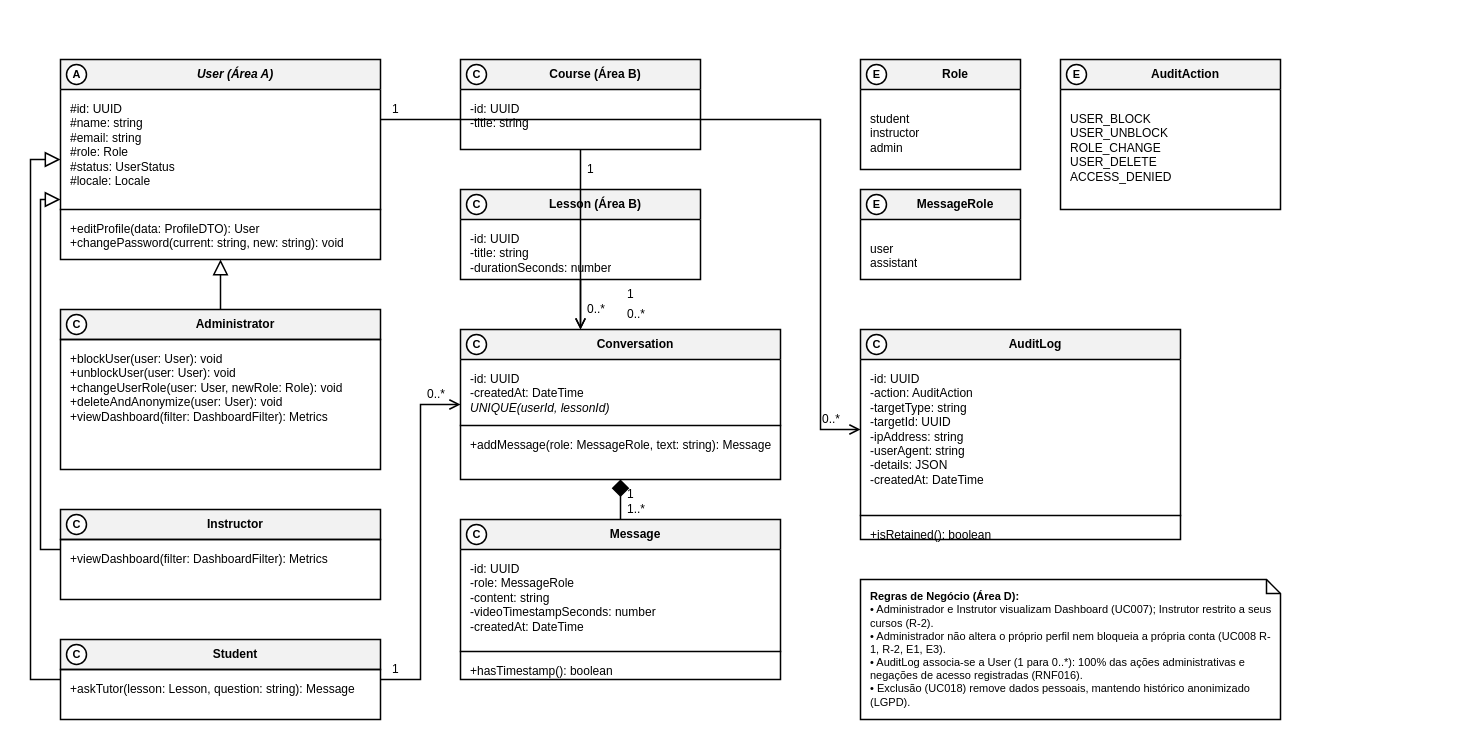
Earlier version of the draw.io diagram especificacao/diagramas/13-classes-area-d-negocial.drawio (Plataforma-de-Cursos-TCC/plataforma-cursos-docs). Source tidied: cells renumbered, new cells numbered last; positions are measured from the earlier drawing's top-left corner, leaving out a move shared by most shapes. Both pictures are drawn from the tidied source at 100%, with x=0, y=0 at pixel (30, 59).
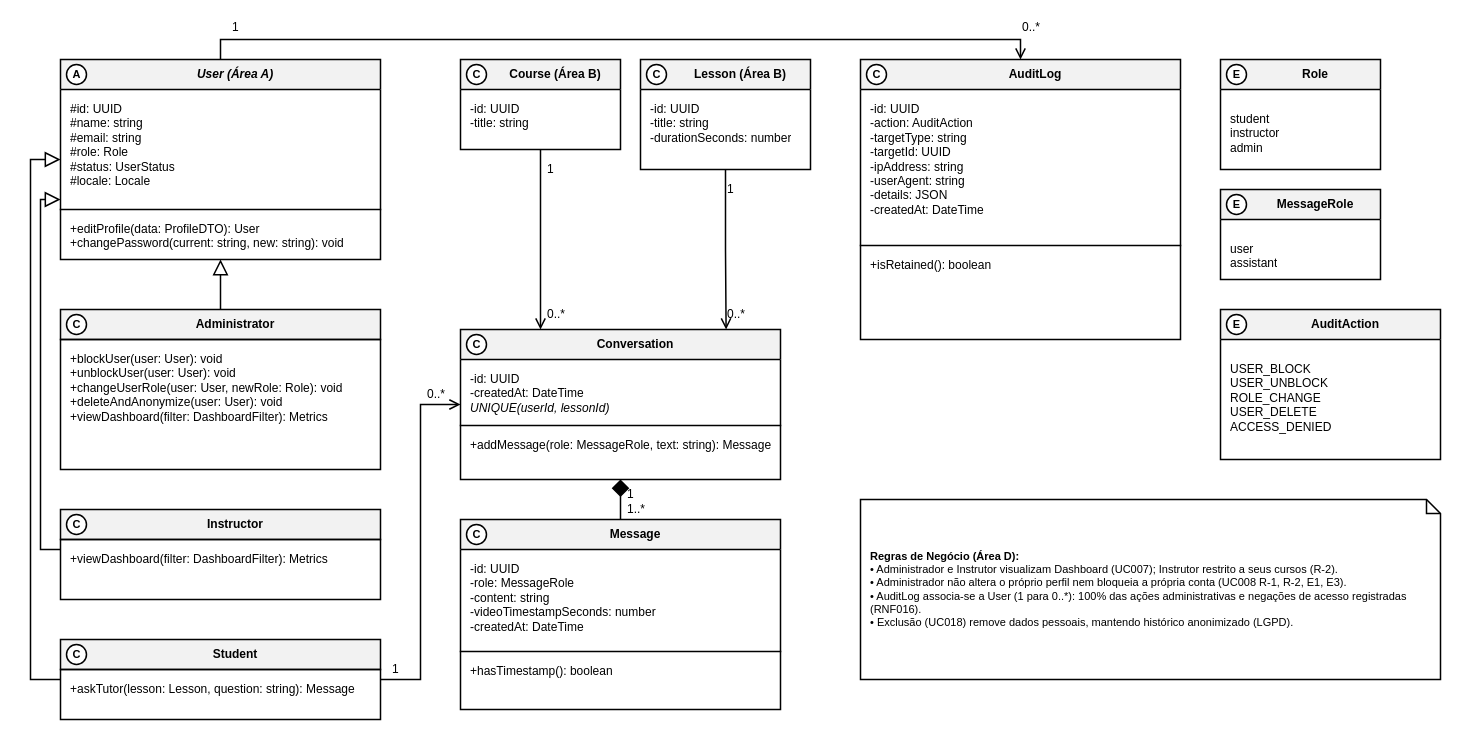
The same diagram, later.

Commit message (it also covers changes not shown here):
fix(classes-negocial): reroute Area D associations and fit cut-off methods

The change refers to these unchanged cells:
```xml
<mxCell id="2" value="&lt;i&gt;&lt;b&gt;User (Área A)&lt;/b&gt;&lt;/i&gt;" style="swimlane;fontStyle=0;align=center;verticalAlign=middle;horizontal=1;startSize=30;html=1;whiteSpace=wrap;fontFamily=Helvetica;fontSize=12;fillColor=#F2F2F2;swimlaneFillColor=#FFFFFF;strokeColor=#000000;strokeWidth=1.5;fontColor=#000000;spacingLeft=30;" parent="1" vertex="1">
  <mxGeometry x="30" width="320" height="200" as="geometry" />
</mxCell>
<mxCell id="15" value="&lt;b&gt;Conversation&lt;/b&gt;" style="swimlane;fontStyle=0;align=center;verticalAlign=middle;horizontal=1;startSize=30;html=1;whiteSpace=wrap;fontFamily=Helvetica;fontSize=12;fillColor=#F2F2F2;swimlaneFillColor=#FFFFFF;strokeColor=#000000;strokeWidth=1.5;fontColor=#000000;spacingLeft=30;" parent="1" vertex="1">
  <mxGeometry x="430" y="270" width="320" height="150" as="geometry" />
</mxCell>
```

What changed in the source:
```diff
@@
     <mxCell id="11" value="&lt;b&gt;Course (Área B)&lt;/b&gt;" style="swimlane;fontStyle=0;align=center;verticalAlign=middle;horizontal=1;startSize=30;html=1;whiteSpace=wrap;fontFamily=Helvetica;fontSize=12;fillColor=#F2F2F2;swimlaneFillColor=#FFFFFF;strokeColor=#000000;strokeWidth=1.5;fontColor=#000000;spacingLeft=30;" parent="1" vertex="1">
-      <mxGeometry x="430" width="240" height="90" as="geometry" />
+      <mxGeometry x="430" width="160" height="90" as="geometry" />
     </mxCell>
@@
     <mxCell id="13" value="&lt;b&gt;Lesson (Área B)&lt;/b&gt;" style="swimlane;fontStyle=0;align=center;verticalAlign=middle;horizontal=1;startSize=30;html=1;whiteSpace=wrap;fontFamily=Helvetica;fontSize=12;fillColor=#F2F2F2;swimlaneFillColor=#FFFFFF;strokeColor=#000000;strokeWidth=1.5;fontColor=#000000;spacingLeft=30;" parent="1" vertex="1">
-      <mxGeometry x="430" y="130" width="240" height="90" as="geometry" />
+      <mxGeometry x="610" width="170" height="110" as="geometry" />
     </mxCell>
@@
     <mxCell id="18" value="&lt;b&gt;Message&lt;/b&gt;" style="swimlane;fontStyle=0;align=center;verticalAlign=middle;horizontal=1;startSize=30;html=1;whiteSpace=wrap;fontFamily=Helvetica;fontSize=12;fillColor=#F2F2F2;swimlaneFillColor=#FFFFFF;strokeColor=#000000;strokeWidth=1.5;fontColor=#000000;spacingLeft=30;" parent="1" vertex="1">
-      <mxGeometry x="430" y="460" width="320" height="160" as="geometry" />
+      <mxGeometry x="430" y="460" width="320" height="190" as="geometry" />
     </mxCell>
@@
     <mxCell id="21" value="&lt;b&gt;AuditLog&lt;/b&gt;" style="swimlane;fontStyle=0;align=center;verticalAlign=middle;horizontal=1;startSize=30;html=1;whiteSpace=wrap;fontFamily=Helvetica;fontSize=12;fillColor=#F2F2F2;swimlaneFillColor=#FFFFFF;strokeColor=#000000;strokeWidth=1.5;fontColor=#000000;spacingLeft=30;" parent="1" vertex="1">
-      <mxGeometry x="830" y="270" width="320" height="210" as="geometry" />
+      <mxGeometry x="830" width="320" height="280" as="geometry" />
     </mxCell>
@@
     <mxCell id="24" value="&lt;b&gt;Role&lt;/b&gt;" style="swimlane;fontStyle=0;align=center;verticalAlign=middle;horizontal=1;startSize=30;html=1;whiteSpace=wrap;fontFamily=Helvetica;fontSize=12;fillColor=#F2F2F2;swimlaneFillColor=#FFFFFF;strokeColor=#000000;strokeWidth=1.5;fontColor=#000000;spacingLeft=30;" parent="1" vertex="1">
-      <mxGeometry x="830" width="160" height="110" as="geometry" />
+      <mxGeometry x="1190" width="160" height="110" as="geometry" />
     </mxCell>
@@
     <mxCell id="26" value="&lt;b&gt;MessageRole&lt;/b&gt;" style="swimlane;fontStyle=0;align=center;verticalAlign=middle;horizontal=1;startSize=30;html=1;whiteSpace=wrap;fontFamily=Helvetica;fontSize=12;fillColor=#F2F2F2;swimlaneFillColor=#FFFFFF;strokeColor=#000000;strokeWidth=1.5;fontColor=#000000;spacingLeft=30;" parent="1" vertex="1">
-      <mxGeometry x="830" y="130" width="160" height="90" as="geometry" />
+      <mxGeometry x="1190" y="130" width="160" height="90" as="geometry" />
     </mxCell>
@@
     <mxCell id="28" value="&lt;b&gt;AuditAction&lt;/b&gt;" style="swimlane;fontStyle=0;align=center;verticalAlign=middle;horizontal=1;startSize=30;html=1;whiteSpace=wrap;fontFamily=Helvetica;fontSize=12;fillColor=#F2F2F2;swimlaneFillColor=#FFFFFF;strokeColor=#000000;strokeWidth=1.5;fontColor=#000000;spacingLeft=30;" parent="1" vertex="1">
-      <mxGeometry x="1030" width="220" height="150" as="geometry" />
+      <mxGeometry x="1190" y="250" width="220" height="150" as="geometry" />
     </mxCell>
@@
     <mxCell id="30" value="&lt;b&gt;Regras de Negócio (Área D):&lt;/b&gt;&lt;br&gt;• Administrador e Instrutor visualizam Dashboard (UC007); Instrutor restrito a seus cursos (R-2).&lt;br&gt;• Administrador não altera o próprio perfil nem bloqueia a própria conta (UC008 R-1, R-2, E1, E3).&lt;br&gt;• AuditLog associa-se a User (1 para 0..*): 100% das ações administrativas e negações de acesso registradas (RNF016).&lt;br&gt;• Exclusão (UC018) remove dados pessoais, mantendo histórico anonimizado (LGPD)." style="shape=note;whiteSpace=wrap;html=1;size=14;verticalAlign=middle;align=left;spacingLeft=8;spacingRight=8;fillColor=#FFFFFF;strokeColor=#000000;strokeWidth=1.5;fontFamily=Helvetica;fontSize=11;fontColor=#000000;" parent="1" vertex="1">
-      <mxGeometry x="830" y="520" width="420" height="140" as="geometry" />
+      <mxGeometry x="830" y="440" width="580" height="180" as="geometry" />
     </mxCell>
@@
-    <mxCell id="34" style="edgeStyle=orthogonalEdgeStyle;rounded=0;html=1;strokeColor=#000000;strokeWidth=1.5;fontFamily=Helvetica;fontSize=12;endArrow=open;endFill=0;endSize=8;" parent="1" edge="1" source="2" target="21">
+    <mxCell id="34" style="edgeStyle=orthogonalEdgeStyle;rounded=0;html=1;strokeColor=#000000;strokeWidth=1.5;fontFamily=Helvetica;fontSize=12;endArrow=open;endFill=0;endSize=8;exitX=0.5;exitY=0;exitDx=0;exitDy=0;entryX=0.5;entryY=0;entryDx=0;entryDy=0;" parent="1" edge="1" source="2" target="21">
       <mxGeometry relative="1" as="geometry">
         <Array as="points">
-          <mxPoint x="350" y="60" />
-          <mxPoint x="790" y="60" />
-          <mxPoint x="790" y="370" />
-          <mxPoint x="830" y="370" />
+          <mxPoint x="190" y="-20" />
+          <mxPoint x="990" y="-20" />
         </Array>
       </mxGeometry>
     </mxCell>
     <mxCell id="35" value="1" style="text;html=1;align=left;verticalAlign=middle;fillColor=none;strokeColor=none;fontFamily=Helvetica;fontSize=12;fontColor=#000000;" parent="1" vertex="1">
-      <mxGeometry x="360" y="40" width="30" height="20" as="geometry" />
+      <mxGeometry x="200" y="-42" width="30" height="20" as="geometry" />
     </mxCell>
     <mxCell id="36" value="0..*" style="text;html=1;align=left;verticalAlign=middle;fillColor=none;strokeColor=none;fontFamily=Helvetica;fontSize=12;fontColor=#000000;" parent="1" vertex="1">
-      <mxGeometry x="790" y="350" width="30" height="20" as="geometry" />
+      <mxGeometry x="990" y="-42" width="40" height="20" as="geometry" />
     </mxCell>
@@
-    <mxCell id="40" style="edgeStyle=orthogonalEdgeStyle;rounded=0;html=1;strokeColor=#000000;strokeWidth=1.5;fontFamily=Helvetica;fontSize=12;endArrow=open;endFill=0;endSize=8;" parent="1" edge="1" source="11" target="15">
-      <mxGeometry relative="1" as="geometry">
-        <Array as="points">
-          <mxPoint x="550" y="90" />
-          <mxPoint x="550" y="270" />
-        </Array>
-      </mxGeometry>
+    <mxCell id="40" style="edgeStyle=orthogonalEdgeStyle;rounded=0;html=1;strokeColor=#000000;strokeWidth=1.5;fontFamily=Helvetica;fontSize=12;endArrow=open;endFill=0;endSize=8;exitX=0.5;exitY=1;exitDx=0;exitDy=0;entryX=0.25;entryY=0;entryDx=0;entryDy=0;" parent="1" edge="1" source="11" target="15">
+      <mxGeometry relative="1" as="geometry" />
     </mxCell>
     <mxCell id="41" value="1" style="text;html=1;align=left;verticalAlign=middle;fillColor=none;strokeColor=none;fontFamily=Helvetica;fontSize=12;fontColor=#000000;" parent="1" vertex="1">
-      <mxGeometry x="555" y="100" width="30" height="20" as="geometry" />
+      <mxGeometry x="515" y="100" width="30" height="20" as="geometry" />
     </mxCell>
     <mxCell id="42" value="0..*" style="text;html=1;align=left;verticalAlign=middle;fillColor=none;strokeColor=none;fontFamily=Helvetica;fontSize=12;fontColor=#000000;" parent="1" vertex="1">
-      <mxGeometry x="555" y="240" width="30" height="20" as="geometry" />
+      <mxGeometry x="515" y="245" width="30" height="20" as="geometry" />
     </mxCell>
-    <mxCell id="43" style="edgeStyle=orthogonalEdgeStyle;rounded=0;html=1;strokeColor=#000000;strokeWidth=1.5;fontFamily=Helvetica;fontSize=12;endArrow=open;endFill=0;endSize=8;" parent="1" edge="1" source="13" target="15">
-      <mxGeometry relative="1" as="geometry">
-        <Array as="points">
-          <mxPoint x="590" y="220" />
-          <mxPoint x="590" y="270" />
-        </Array>
-      </mxGeometry>
+    <mxCell id="43" style="edgeStyle=orthogonalEdgeStyle;rounded=0;html=1;strokeColor=#000000;strokeWidth=1.5;fontFamily=Helvetica;fontSize=12;endArrow=open;endFill=0;endSize=8;exitX=0.5;exitY=1;exitDx=0;exitDy=0;entryX=0.83;entryY=0;entryDx=0;entryDy=0;" parent="1" edge="1" source="13" target="15">
+      <mxGeometry relative="1" as="geometry" />
     </mxCell>
     <mxCell id="44" value="1" style="text;html=1;align=left;verticalAlign=middle;fillColor=none;strokeColor=none;fontFamily=Helvetica;fontSize=12;fontColor=#000000;" parent="1" vertex="1">
-      <mxGeometry x="595" y="225" width="30" height="20" as="geometry" />
+      <mxGeometry x="695" y="120" width="30" height="20" as="geometry" />
     </mxCell>
     <mxCell id="45" value="0..*" style="text;html=1;align=left;verticalAlign=middle;fillColor=none;strokeColor=none;fontFamily=Helvetica;fontSize=12;fontColor=#000000;" parent="1" vertex="1">
-      <mxGeometry x="595" y="245" width="30" height="20" as="geometry" />
+      <mxGeometry x="695" y="245" width="30" height="20" as="geometry" />
     </mxCell>
@@
     <mxCell id="54" value="C" style="ellipse;html=1;fillColor=#FFFFFF;strokeColor=#000000;strokeWidth=1.5;fontFamily=Helvetica;fontSize=11;fontStyle=1;fontColor=#000000;" parent="1" vertex="1">
-      <mxGeometry x="436" y="135" width="20" height="20" as="geometry" />
+      <mxGeometry x="616" y="5" width="20" height="20" as="geometry" />
     </mxCell>
@@
     <mxCell id="57" value="C" style="ellipse;html=1;fillColor=#FFFFFF;strokeColor=#000000;strokeWidth=1.5;fontFamily=Helvetica;fontSize=11;fontStyle=1;fontColor=#000000;" parent="1" vertex="1">
-      <mxGeometry x="836" y="275" width="20" height="20" as="geometry" />
+      <mxGeometry x="836" y="5" width="20" height="20" as="geometry" />
     </mxCell>
     <mxCell id="58" value="E" style="ellipse;html=1;fillColor=#FFFFFF;strokeColor=#000000;strokeWidth=1.5;fontFamily=Helvetica;fontSize=11;fontStyle=1;fontColor=#000000;" parent="1" vertex="1">
-      <mxGeometry x="836" y="5" width="20" height="20" as="geometry" />
+      <mxGeometry x="1196" y="5" width="20" height="20" as="geometry" />
     </mxCell>
     <mxCell id="59" value="E" style="ellipse;html=1;fillColor=#FFFFFF;strokeColor=#000000;strokeWidth=1.5;fontFamily=Helvetica;fontSize=11;fontStyle=1;fontColor=#000000;" parent="1" vertex="1">
-      <mxGeometry x="836" y="135" width="20" height="20" as="geometry" />
+      <mxGeometry x="1196" y="135" width="20" height="20" as="geometry" />
     </mxCell>
     <mxCell id="60" value="E" style="ellipse;html=1;fillColor=#FFFFFF;strokeColor=#000000;strokeWidth=1.5;fontFamily=Helvetica;fontSize=11;fontStyle=1;fontColor=#000000;" parent="1" vertex="1">
-      <mxGeometry x="1036" y="5" width="20" height="20" as="geometry" />
+      <mxGeometry x="1196" y="255" width="20" height="20" as="geometry" />
     </mxCell>
```
